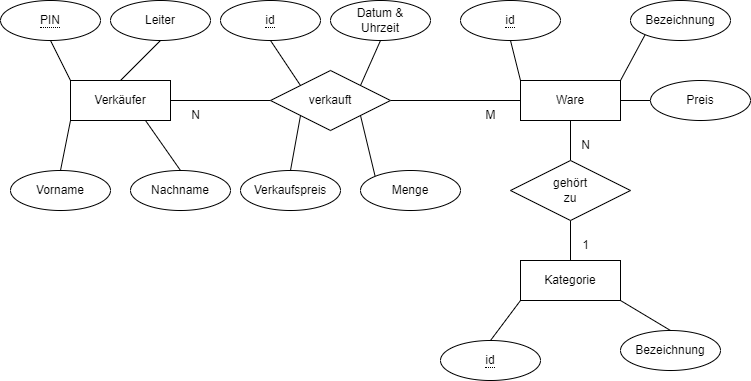
Before: docs/images/erdiagramm.drawio.png, a diagram exported from draw.io (jtuttas/LF5). Source tidied: cells renumbered, new cells last; positions are measured from the earlier drawing's top-left corner, leaving out a move shared by most shapes.
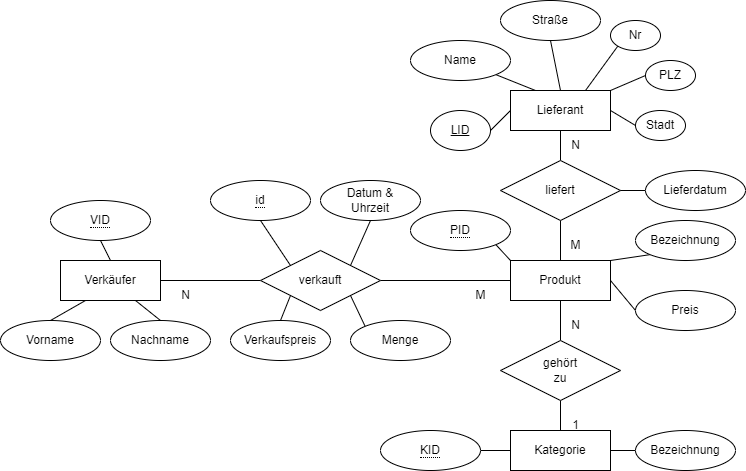
Above is the later version.

The edit, as a diff of the source:
```diff
@@ -5,7 +5,7 @@
     <mxCell id="2" value="Verkäufer" style="whiteSpace=wrap;html=1;align=center;" parent="1" vertex="1">
       <mxGeometry x="70" y="80" width="100" height="40" as="geometry" />
     </mxCell>
-    <mxCell id="3" value="Ware" style="whiteSpace=wrap;html=1;align=center;" parent="1" vertex="1">
+    <mxCell id="3" value="Produkt" style="whiteSpace=wrap;html=1;align=center;" parent="1" vertex="1">
       <mxGeometry x="520" y="80" width="100" height="40" as="geometry" />
     </mxCell>
     <mxCell id="4" style="edgeStyle=none;html=1;exitX=0;exitY=0.5;exitDx=0;exitDy=0;entryX=1;entryY=0.5;entryDx=0;entryDy=0;endArrow=none;endFill=0;" parent="1" edge="1" source="6" target="2">
@@ -17,35 +17,35 @@
     <mxCell id="6" value="verkauft" style="shape=rhombus;perimeter=rhombusPerimeter;whiteSpace=wrap;html=1;align=center;" parent="1" vertex="1">
       <mxGeometry x="270" y="70" width="120" height="60" as="geometry" />
     </mxCell>
-    <mxCell id="7" style="edgeStyle=none;html=1;exitX=0.5;exitY=1;exitDx=0;exitDy=0;entryX=0;entryY=0;entryDx=0;entryDy=0;endArrow=none;endFill=0;" parent="1" edge="1" source="8" target="2">
+    <mxCell id="7" style="edgeStyle=none;html=1;exitX=0.5;exitY=1;exitDx=0;exitDy=0;entryX=0.5;entryY=0;entryDx=0;entryDy=0;endArrow=none;endFill=0;" parent="1" edge="1" source="8" target="2">
       <mxGeometry relative="1" as="geometry" />
     </mxCell>
-    <mxCell id="8" value="&lt;span style=&quot;border-bottom: 1px dotted&quot;&gt;PIN&lt;/span&gt;" style="ellipse;whiteSpace=wrap;html=1;align=center;" parent="1" vertex="1">
-      <mxGeometry width="100" height="40" as="geometry" />
+    <mxCell id="8" value="&lt;span style=&quot;border-bottom: 1px dotted&quot;&gt;VID&lt;/span&gt;" style="ellipse;whiteSpace=wrap;html=1;align=center;" parent="1" vertex="1">
+      <mxGeometry x="60" y="20" width="100" height="40" as="geometry" />
     </mxCell>
-    <mxCell id="9" style="edgeStyle=none;html=1;exitX=0.5;exitY=0;exitDx=0;exitDy=0;entryX=0;entryY=1;entryDx=0;entryDy=0;endArrow=none;endFill=0;" parent="1" edge="1" source="10" target="2">
+    <mxCell id="9" style="edgeStyle=none;html=1;exitX=0.5;exitY=0;exitDx=0;exitDy=0;entryX=0.25;entryY=1;entryDx=0;entryDy=0;endArrow=none;endFill=0;" parent="1" edge="1" source="10" target="2">
       <mxGeometry relative="1" as="geometry" />
     </mxCell>
     <mxCell id="10" value="Vorname" style="ellipse;whiteSpace=wrap;html=1;align=center;" parent="1" vertex="1">
-      <mxGeometry x="10" y="170" width="100" height="40" as="geometry" />
+      <mxGeometry x="10" y="140" width="100" height="40" as="geometry" />
     </mxCell>
     <mxCell id="11" style="edgeStyle=none;html=1;exitX=0.5;exitY=0;exitDx=0;exitDy=0;entryX=0.75;entryY=1;entryDx=0;entryDy=0;endArrow=none;endFill=0;" parent="1" edge="1" source="12" target="2">
       <mxGeometry relative="1" as="geometry" />
     </mxCell>
     <mxCell id="12" value="Nachname" style="ellipse;whiteSpace=wrap;html=1;align=center;" parent="1" vertex="1">
-      <mxGeometry x="130" y="170" width="100" height="40" as="geometry" />
+      <mxGeometry x="120" y="140" width="100" height="40" as="geometry" />
     </mxCell>
-    <mxCell id="13" style="edgeStyle=none;html=1;exitX=1;exitY=1;exitDx=0;exitDy=0;entryX=0.5;entryY=0;entryDx=0;entryDy=0;endArrow=none;endFill=0;" parent="1" edge="1" source="14" target="23">
+    <mxCell id="13" style="edgeStyle=none;html=1;exitX=1;exitY=0.5;exitDx=0;exitDy=0;entryX=0;entryY=0.5;entryDx=0;entryDy=0;endArrow=none;endFill=0;" parent="1" edge="1" source="14" target="23">
       <mxGeometry relative="1" as="geometry" />
     </mxCell>
     <mxCell id="14" value="Kategorie" style="whiteSpace=wrap;html=1;align=center;" parent="1" vertex="1">
-      <mxGeometry x="520" y="260" width="100" height="40" as="geometry" />
+      <mxGeometry x="520" y="250" width="100" height="40" as="geometry" />
     </mxCell>
-    <mxCell id="15" style="edgeStyle=none;html=1;exitX=0.5;exitY=1;exitDx=0;exitDy=0;entryX=0;entryY=0;entryDx=0;entryDy=0;endArrow=none;endFill=0;" parent="1" edge="1" source="16" target="3">
+    <mxCell id="15" style="edgeStyle=none;html=1;exitX=1;exitY=1;exitDx=0;exitDy=0;entryX=0;entryY=0;entryDx=0;entryDy=0;endArrow=none;endFill=0;" parent="1" edge="1" source="16" target="3">
       <mxGeometry relative="1" as="geometry" />
     </mxCell>
-    <mxCell id="16" value="&lt;span style=&quot;border-bottom: 1px dotted&quot;&gt;id&lt;/span&gt;" style="ellipse;whiteSpace=wrap;html=1;align=center;" parent="1" vertex="1">
-      <mxGeometry x="460" width="100" height="40" as="geometry" />
+    <mxCell id="16" value="&lt;span style=&quot;border-bottom: 1px dotted&quot;&gt;PID&lt;/span&gt;" style="ellipse;whiteSpace=wrap;html=1;align=center;fontStyle=0;" parent="1" vertex="1">
+      <mxGeometry x="420" y="30" width="100" height="40" as="geometry" />
     </mxCell>
     <mxCell id="17" style="edgeStyle=none;html=1;exitX=0;exitY=1;exitDx=0;exitDy=0;entryX=1;entryY=0;entryDx=0;entryDy=0;endArrow=none;endFill=0;" parent="1" edge="1" source="24" target="3">
       <mxGeometry relative="1" as="geometry" />
@@ -59,17 +59,17 @@
     <mxCell id="20" value="gehört&lt;br&gt;zu" style="shape=rhombus;perimeter=rhombusPerimeter;whiteSpace=wrap;html=1;align=center;" parent="1" vertex="1">
       <mxGeometry x="510" y="160" width="120" height="60" as="geometry" />
     </mxCell>
-    <mxCell id="21" style="edgeStyle=none;html=1;exitX=0.5;exitY=0;exitDx=0;exitDy=0;entryX=0;entryY=1;entryDx=0;entryDy=0;endArrow=none;endFill=0;" parent="1" edge="1" source="22" target="14">
+    <mxCell id="21" style="edgeStyle=none;html=1;exitX=1;exitY=0.5;exitDx=0;exitDy=0;entryX=0;entryY=0.5;entryDx=0;entryDy=0;endArrow=none;endFill=0;" parent="1" edge="1" source="22" target="14">
       <mxGeometry relative="1" as="geometry" />
     </mxCell>
-    <mxCell id="22" value="&lt;span style=&quot;border-bottom: 1px dotted&quot;&gt;id&lt;/span&gt;" style="ellipse;whiteSpace=wrap;html=1;align=center;" parent="1" vertex="1">
-      <mxGeometry x="440" y="340" width="100" height="40" as="geometry" />
+    <mxCell id="22" value="&lt;span style=&quot;border-bottom: 1px dotted&quot;&gt;KID&lt;/span&gt;" style="ellipse;whiteSpace=wrap;html=1;align=center;" parent="1" vertex="1">
+      <mxGeometry x="390" y="250" width="100" height="40" as="geometry" />
     </mxCell>
     <mxCell id="23" value="Bezeichnung" style="ellipse;whiteSpace=wrap;html=1;align=center;" parent="1" vertex="1">
-      <mxGeometry x="620" y="330" width="100" height="40" as="geometry" />
+      <mxGeometry x="645" y="250" width="100" height="40" as="geometry" />
     </mxCell>
     <mxCell id="24" value="Bezeichnung" style="ellipse;whiteSpace=wrap;html=1;align=center;" parent="1" vertex="1">
-      <mxGeometry x="630" width="100" height="40" as="geometry" />
+      <mxGeometry x="645" y="40" width="100" height="40" as="geometry" />
     </mxCell>
     <mxCell id="25" style="edgeStyle=none;html=1;exitX=0.5;exitY=1;exitDx=0;exitDy=0;entryX=0;entryY=0;entryDx=0;entryDy=0;endArrow=none;endFill=0;" parent="1" edge="1" source="26" target="6">
       <mxGeometry relative="1" as="geometry" />
@@ -81,13 +81,13 @@
       <mxGeometry relative="1" as="geometry" />
     </mxCell>
     <mxCell id="28" value="Verkaufspreis" style="ellipse;whiteSpace=wrap;html=1;align=center;" parent="1" vertex="1">
-      <mxGeometry x="240" y="170" width="100" height="40" as="geometry" />
+      <mxGeometry x="240" y="140" width="100" height="40" as="geometry" />
     </mxCell>
     <mxCell id="29" style="edgeStyle=none;html=1;exitX=0;exitY=0;exitDx=0;exitDy=0;entryX=1;entryY=1;entryDx=0;entryDy=0;endArrow=none;endFill=0;" parent="1" edge="1" source="30" target="6">
       <mxGeometry relative="1" as="geometry" />
     </mxCell>
     <mxCell id="30" value="Menge" style="ellipse;whiteSpace=wrap;html=1;align=center;" parent="1" vertex="1">
-      <mxGeometry x="360" y="170" width="100" height="40" as="geometry" />
+      <mxGeometry x="360" y="140" width="100" height="40" as="geometry" />
     </mxCell>
     <mxCell id="31" style="edgeStyle=none;html=1;exitX=0.5;exitY=1;exitDx=0;exitDy=0;entryX=1;entryY=0;entryDx=0;entryDy=0;endArrow=none;endFill=0;" parent="1" edge="1" source="32" target="6">
       <mxGeometry relative="1" as="geometry" />
@@ -99,7 +99,7 @@
       <mxGeometry relative="1" as="geometry" />
     </mxCell>
     <mxCell id="34" value="Preis" style="ellipse;whiteSpace=wrap;html=1;align=center;" parent="1" vertex="1">
-      <mxGeometry x="650" y="80" width="100" height="40" as="geometry" />
+      <mxGeometry x="645" y="110" width="100" height="40" as="geometry" />
     </mxCell>
     <mxCell id="35" value="1" style="text;html=1;align=center;verticalAlign=middle;strokeColor=none;fillColor=none;" parent="1" vertex="1">
       <mxGeometry x="570" y="230" width="30" height="30" as="geometry" />
@@ -113,11 +113,65 @@
     <mxCell id="38" value="M" style="text;html=1;align=center;verticalAlign=middle;strokeColor=none;fillColor=none;" parent="1" vertex="1">
       <mxGeometry x="475" y="100" width="30" height="30" as="geometry" />
     </mxCell>
+    <mxCell id="41" style="edgeStyle=none;html=1;exitX=0.5;exitY=1;exitDx=0;exitDy=0;entryX=0.5;entryY=0;entryDx=0;entryDy=0;endArrow=none;endFill=0;" parent="1" edge="1" source="39" target="3">
+      <mxGeometry relative="1" as="geometry" />
+    </mxCell>
+    <mxCell id="42" style="edgeStyle=none;html=1;exitX=0.5;exitY=0;exitDx=0;exitDy=0;entryX=0.5;entryY=1;entryDx=0;entryDy=0;endArrow=none;endFill=0;" parent="1" edge="1" source="39" target="43">
+      <mxGeometry relative="1" as="geometry" />
+    </mxCell>
-    <mxCell id="39" style="edgeStyle=none;html=1;exitX=0.5;exitY=1;exitDx=0;exitDy=0;entryX=0.5;entryY=0;entryDx=0;entryDy=0;endArrow=none;endFill=0;" parent="1" edge="1" source="40" target="2">
-      <mxGeometry relative="1" as="geometry" />
+    <mxCell id="39" value="liefert" style="shape=rhombus;perimeter=rhombusPerimeter;whiteSpace=wrap;html=1;align=center;" parent="1" vertex="1">
+      <mxGeometry x="510" y="-20" width="120" height="60" as="geometry" />
     </mxCell>
-    <mxCell id="40" value="Leiter" style="ellipse;whiteSpace=wrap;html=1;align=center;" parent="1" vertex="1">
-      <mxGeometry x="110" width="100" height="40" as="geometry" />
-    </mxCell>
+    <mxCell id="43" value="Lieferant" style="whiteSpace=wrap;html=1;align=center;" parent="1" vertex="1">
+      <mxGeometry x="520" y="-90" width="100" height="40" as="geometry" />
+    </mxCell>
+    <mxCell id="44" style="edgeStyle=none;html=1;exitX=1;exitY=0.5;exitDx=0;exitDy=0;entryX=0;entryY=0.5;entryDx=0;entryDy=0;endArrow=none;endFill=0;" parent="1" edge="1" source="45" target="43">
+      <mxGeometry relative="1" as="geometry" />
+    </mxCell>
+    <mxCell id="45" value="LID" style="ellipse;whiteSpace=wrap;html=1;align=center;fontStyle=4;" parent="1" vertex="1">
+      <mxGeometry x="440" y="-70" width="60" height="40" as="geometry" />
+    </mxCell>
+    <mxCell id="46" value="N" style="text;html=1;align=center;verticalAlign=middle;strokeColor=none;fillColor=none;" parent="1" vertex="1">
+      <mxGeometry x="570" y="-50" width="30" height="30" as="geometry" />
+    </mxCell>
+    <mxCell id="47" value="M" style="text;html=1;align=center;verticalAlign=middle;strokeColor=none;fillColor=none;" parent="1" vertex="1">
+      <mxGeometry x="570" y="50" width="30" height="30" as="geometry" />
+    </mxCell>
+    <mxCell id="48" style="edgeStyle=none;html=1;exitX=1;exitY=1;exitDx=0;exitDy=0;entryX=0.25;entryY=0;entryDx=0;entryDy=0;endArrow=none;endFill=0;" parent="1" edge="1" source="49" target="43">
+      <mxGeometry relative="1" as="geometry" />
+    </mxCell>
+    <mxCell id="49" value="Name" style="ellipse;whiteSpace=wrap;html=1;align=center;" parent="1" vertex="1">
+      <mxGeometry x="420" y="-140" width="100" height="40" as="geometry" />
+    </mxCell>
+    <mxCell id="50" style="edgeStyle=none;html=1;exitX=0.5;exitY=1;exitDx=0;exitDy=0;entryX=0.5;entryY=0;entryDx=0;entryDy=0;endArrow=none;endFill=0;" parent="1" edge="1" source="51" target="43">
+      <mxGeometry relative="1" as="geometry" />
+    </mxCell>
+    <mxCell id="51" value="Straße" style="ellipse;whiteSpace=wrap;html=1;align=center;" parent="1" vertex="1">
+      <mxGeometry x="510" y="-180" width="100" height="40" as="geometry" />
+    </mxCell>
+    <mxCell id="52" style="edgeStyle=none;html=1;exitX=0;exitY=0.5;exitDx=0;exitDy=0;entryX=1;entryY=0;entryDx=0;entryDy=0;endArrow=none;endFill=0;" parent="1" edge="1" source="53" target="43">
+      <mxGeometry relative="1" as="geometry" />
+    </mxCell>
+    <mxCell id="53" value="PLZ" style="ellipse;whiteSpace=wrap;html=1;align=center;" parent="1" vertex="1">
+      <mxGeometry x="655" y="-120" width="50" height="30" as="geometry" />
+    </mxCell>
+    <mxCell id="54" style="edgeStyle=none;html=1;exitX=0;exitY=1;exitDx=0;exitDy=0;entryX=0.75;entryY=0;entryDx=0;entryDy=0;endArrow=none;endFill=0;" parent="1" edge="1" source="55" target="43">
+      <mxGeometry relative="1" as="geometry" />
+    </mxCell>
+    <mxCell id="55" value="Nr" style="ellipse;whiteSpace=wrap;html=1;align=center;" parent="1" vertex="1">
+      <mxGeometry x="620" y="-160" width="50" height="30" as="geometry" />
+    </mxCell>
+    <mxCell id="56" style="edgeStyle=none;html=1;exitX=0;exitY=0.5;exitDx=0;exitDy=0;entryX=1;entryY=0.5;entryDx=0;entryDy=0;endArrow=none;endFill=0;" parent="1" edge="1" source="57" target="43">
+      <mxGeometry relative="1" as="geometry" />
+    </mxCell>
+    <mxCell id="57" value="Stadt" style="ellipse;whiteSpace=wrap;html=1;align=center;" parent="1" vertex="1">
+      <mxGeometry x="645" y="-70" width="50" height="30" as="geometry" />
+    </mxCell>
+    <mxCell id="58" style="edgeStyle=none;html=1;exitX=0;exitY=0.5;exitDx=0;exitDy=0;entryX=1;entryY=0.5;entryDx=0;entryDy=0;endArrow=none;endFill=0;" parent="1" edge="1" source="59" target="39">
+      <mxGeometry relative="1" as="geometry" />
+    </mxCell>
+    <mxCell id="59" value="Lieferdatum" style="ellipse;whiteSpace=wrap;html=1;align=center;" parent="1" vertex="1">
+      <mxGeometry x="655" y="-10" width="100" height="40" as="geometry" />
+    </mxCell>
   </root>
 </mxGraphModel>
```
